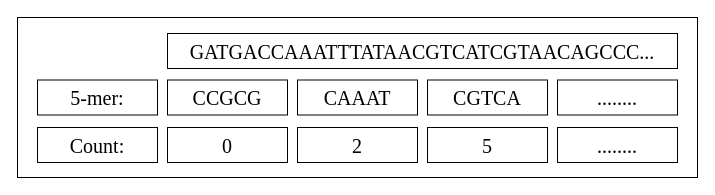
Above: visualizations/plots/k-mer.drawio in itu-bioinformatics-database-lab/Hierarchical-Supervised-Learners (draw.io), before the change. Source tidied: cells renumbered, new cells numbered last; positions are measured from the earlier drawing's top-left corner, leaving out a move shared by most shapes. Both pictures are drawn from the tidied source at 100%, with x=0, y=0 at pixel (17, 17).
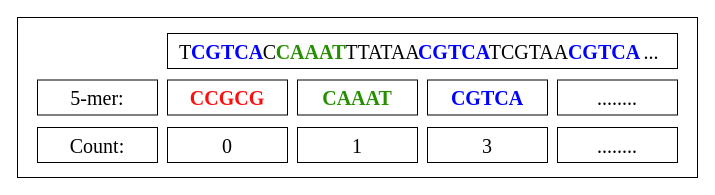
Above is the later version.

The edit, as a diff of the source:
```diff
@@
-    <mxCell id="16" value="&lt;font style=&quot;font-size: 20px;&quot;&gt;CCGCG&lt;/font&gt;" style="text;html=1;strokeColor=none;fillColor=none;align=center;verticalAlign=middle;whiteSpace=wrap;rounded=0;fontSize=20;fontFamily=Times New Roman;" parent="1" vertex="1">
+    <mxCell id="16" value="&lt;font style=&quot;font-size: 20px;&quot;&gt;CCGCG&lt;/font&gt;" style="text;html=1;strokeColor=none;fillColor=none;align=center;verticalAlign=middle;whiteSpace=wrap;rounded=0;fontSize=20;fontFamily=Times New Roman;fontColor=#FF0D0D;fontStyle=1;" parent="1" vertex="1">
       <mxGeometry x="180" y="65" width="60" height="30" as="geometry" />
     </mxCell>
-    <mxCell id="17" value="&lt;font style=&quot;font-size: 20px;&quot;&gt;CAAAT&lt;/font&gt;" style="text;html=1;strokeColor=none;fillColor=none;align=center;verticalAlign=middle;whiteSpace=wrap;rounded=0;fontSize=20;fontFamily=Times New Roman;" parent="1" vertex="1">
+    <mxCell id="17" value="&lt;font style=&quot;font-size: 20px;&quot;&gt;CAAAT&lt;/font&gt;" style="text;html=1;strokeColor=none;fillColor=none;align=center;verticalAlign=middle;whiteSpace=wrap;rounded=0;fontSize=20;fontFamily=Times New Roman;fontStyle=1;fontColor=#268F00;" parent="1" vertex="1">
       <mxGeometry x="310" y="65" width="60" height="30" as="geometry" />
     </mxCell>
-    <mxCell id="18" value="&lt;font style=&quot;font-size: 20px;&quot;&gt;CGTCA&lt;/font&gt;" style="text;html=1;strokeColor=none;fillColor=none;align=center;verticalAlign=middle;whiteSpace=wrap;rounded=0;fontSize=20;fontFamily=Times New Roman;" parent="1" vertex="1">
+    <mxCell id="18" value="&lt;font style=&quot;font-size: 20px;&quot;&gt;CGTCA&lt;/font&gt;" style="text;html=1;strokeColor=none;fillColor=none;align=center;verticalAlign=middle;whiteSpace=wrap;rounded=0;fontSize=20;fontFamily=Times New Roman;fontColor=#0000FF;fontStyle=1;" parent="1" vertex="1">
       <mxGeometry x="440" y="65" width="60" height="30" as="geometry" />
     </mxCell>
@@
-    <mxCell id="21" value="&lt;font style=&quot;font-size: 20px;&quot;&gt;5&lt;/font&gt;" style="text;html=1;strokeColor=none;fillColor=none;align=center;verticalAlign=middle;whiteSpace=wrap;rounded=0;fontSize=20;fontFamily=Times New Roman;" parent="1" vertex="1">
+    <mxCell id="21" value="&lt;font style=&quot;font-size: 20px&quot;&gt;3&lt;/font&gt;" style="text;html=1;strokeColor=none;fillColor=none;align=center;verticalAlign=middle;whiteSpace=wrap;rounded=0;fontSize=20;fontFamily=Times New Roman;" parent="1" vertex="1">
       <mxGeometry x="440" y="112.5" width="60" height="30" as="geometry" />
     </mxCell>
-    <mxCell id="22" value="&lt;font style=&quot;font-size: 20px;&quot;&gt;2&lt;/font&gt;" style="text;html=1;strokeColor=none;fillColor=none;align=center;verticalAlign=middle;whiteSpace=wrap;rounded=0;fontSize=20;fontFamily=Times New Roman;" parent="1" vertex="1">
+    <mxCell id="22" value="&lt;font style=&quot;font-size: 20px&quot;&gt;1&lt;/font&gt;" style="text;html=1;strokeColor=none;fillColor=none;align=center;verticalAlign=middle;whiteSpace=wrap;rounded=0;fontSize=20;fontFamily=Times New Roman;" parent="1" vertex="1">
       <mxGeometry x="310" y="112.5" width="60" height="30" as="geometry" />
     </mxCell>
@@
-    <mxCell id="24" value="&lt;font style=&quot;font-size: 20px;&quot;&gt;GATGACCAAATTTATAACGTCATCGTAACAGCCC...&lt;/font&gt;" style="text;html=1;strokeColor=none;fillColor=none;align=center;verticalAlign=middle;whiteSpace=wrap;rounded=0;fontFamily=Times New Roman;fontSize=20;" parent="1" vertex="1">
-      <mxGeometry x="160" y="18.5" width="490" height="30" as="geometry" />
-    </mxCell>
+    <mxCell id="25" value="&lt;font style=&quot;font-size: 20px;&quot;&gt;T&lt;/font&gt;" style="text;html=1;strokeColor=none;fillColor=none;align=center;verticalAlign=middle;whiteSpace=wrap;rounded=0;fontSize=20;fontFamily=Times New Roman;" parent="1" vertex="1">
+      <mxGeometry x="158" y="23.5" width="20" height="20" as="geometry" />
+    </mxCell>
+    <mxCell id="26" value="&lt;font style=&quot;font-size: 20px&quot;&gt;CGTCA&lt;/font&gt;" style="text;html=1;strokeColor=none;fillColor=none;align=center;verticalAlign=middle;whiteSpace=wrap;rounded=0;fontSize=20;fontStyle=1;fontFamily=Times New Roman;fontColor=#0000FF;" parent="1" vertex="1">
+      <mxGeometry x="175" y="23.5" width="70" height="20" as="geometry" />
+    </mxCell>
+    <mxCell id="27" value="C" style="text;html=1;strokeColor=none;fillColor=none;align=center;verticalAlign=middle;whiteSpace=wrap;rounded=0;fontFamily=Times New Roman;fontSize=20;" parent="1" vertex="1">
+      <mxGeometry x="245" y="23.5" width="15" height="20" as="geometry" />
+    </mxCell>
+    <mxCell id="28" value="&lt;span&gt;CAAAT&lt;/span&gt;" style="text;html=1;strokeColor=none;fillColor=none;align=center;verticalAlign=middle;whiteSpace=wrap;rounded=0;fontFamily=Times New Roman;fontSize=20;fontColor=#268F00;fontStyle=1;" parent="1" vertex="1">
+      <mxGeometry x="255" y="23.5" width="77" height="20" as="geometry" />
+    </mxCell>
+    <mxCell id="29" value="TTATAA" style="text;html=1;strokeColor=none;fillColor=none;align=center;verticalAlign=middle;whiteSpace=wrap;rounded=0;fontFamily=Times New Roman;fontSize=20;" parent="1" vertex="1">
+      <mxGeometry x="329" y="23.5" width="73" height="20" as="geometry" />
+    </mxCell>
+    <mxCell id="30" value="&lt;font style=&quot;font-size: 20px&quot;&gt;CGTCA&lt;/font&gt;" style="text;html=1;strokeColor=none;fillColor=none;align=center;verticalAlign=middle;whiteSpace=wrap;rounded=0;fontSize=20;fontStyle=1;fontFamily=Times New Roman;fontColor=#0000FF;" parent="1" vertex="1">
+      <mxGeometry x="402" y="23.5" width="70" height="20" as="geometry" />
+    </mxCell>
+    <mxCell id="31" value="TCGTAA" style="text;html=1;strokeColor=none;fillColor=none;align=center;verticalAlign=middle;whiteSpace=wrap;rounded=0;fontFamily=Times New Roman;fontSize=20;" parent="1" vertex="1">
+      <mxGeometry x="475" y="23.5" width="73" height="20" as="geometry" />
+    </mxCell>
+    <mxCell id="32" value="&lt;font style=&quot;font-size: 20px&quot;&gt;CGTCA&lt;/font&gt;" style="text;html=1;strokeColor=none;fillColor=none;align=center;verticalAlign=middle;whiteSpace=wrap;rounded=0;fontSize=20;fontStyle=1;fontFamily=Times New Roman;fontColor=#0000FF;" parent="1" vertex="1">
+      <mxGeometry x="552" y="23.5" width="70" height="20" as="geometry" />
+    </mxCell>
+    <mxCell id="33" value="&lt;font style=&quot;font-size: 20px&quot;&gt;...&lt;/font&gt;" style="text;html=1;strokeColor=none;fillColor=none;align=center;verticalAlign=middle;whiteSpace=wrap;rounded=0;fontSize=20;fontFamily=Times New Roman;" parent="1" vertex="1">
+      <mxGeometry x="624" y="23.5" width="20" height="20" as="geometry" />
+    </mxCell>
```
